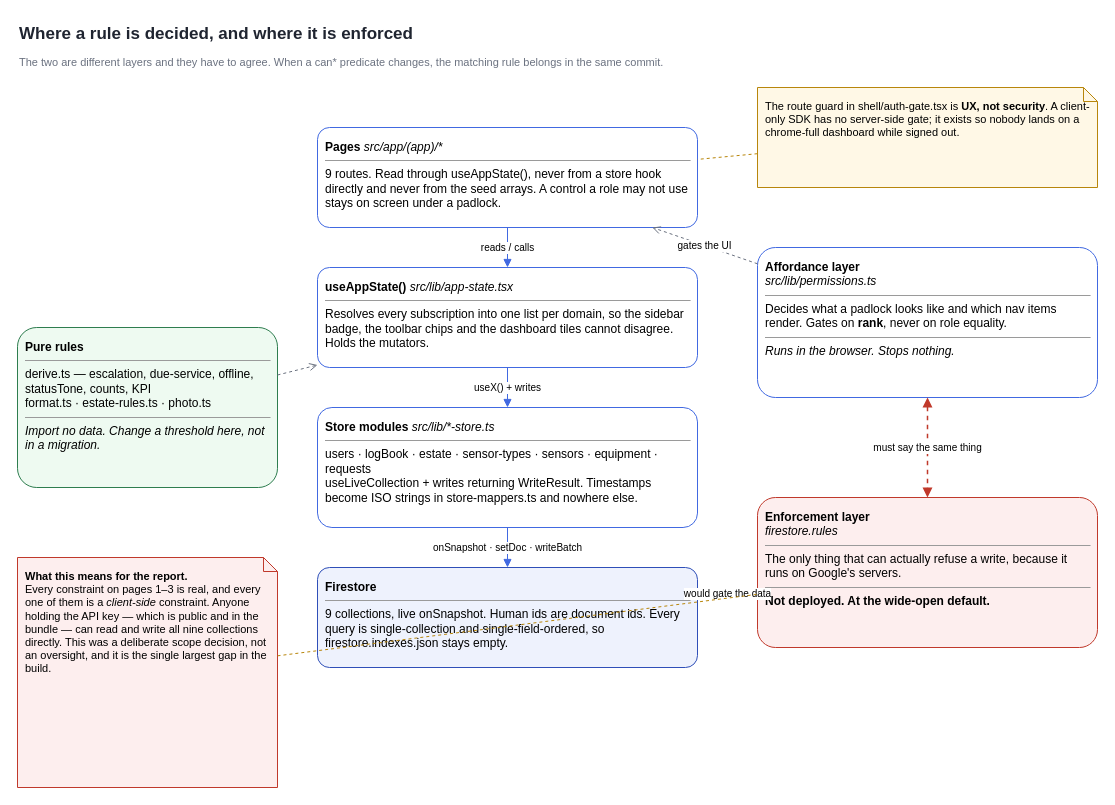
Above: page "4 · Affordance vs enforcement" (4 of 6) of docs/application-flow.drawio in Aung-myat-min/SmartBuildingManagementSystem (draw.io), before the change. Source tidied: cells renumbered, new cells numbered last; positions are measured from the earlier drawing's top-left corner, leaving out a move shared by most shapes. Both pictures are drawn from the tidied source at 100%, with x=0, y=0 at pixel (17, 17).
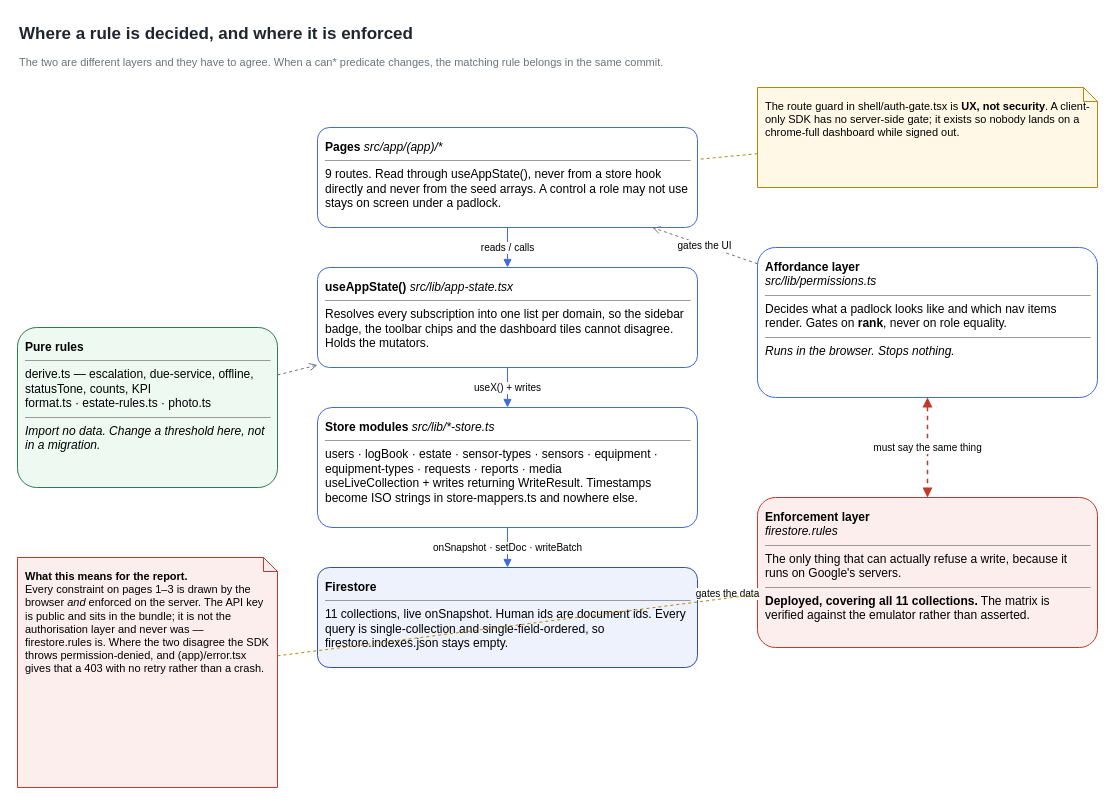
The same diagram, later.

The edit, as a diff of the source:
```diff
@@
-    <mxCell id="6" value="&lt;b&gt;Store modules&lt;/b&gt;  &lt;i&gt;src/lib/*-store.ts&lt;/i&gt;&lt;hr size='1'&gt;users · logBook · estate · sensor-types · sensors · equipment · requests&lt;br&gt;useLiveCollection + writes returning WriteResult. Timestamps become ISO strings in store-mappers.ts and nowhere else." style="rounded=1;whiteSpace=wrap;html=1;arcSize=12;fillColor=#ffffff;strokeColor=#4169e1;fontSize=12;align=left;verticalAlign=top;spacing=8;" parent="1" vertex="1">
+    <mxCell id="6" value="&lt;b&gt;Store modules&lt;/b&gt;  &lt;i&gt;src/lib/*-store.ts&lt;/i&gt;&lt;hr size='1'&gt;users · logBook · estate · sensor-types · sensors · equipment · equipment-types · requests · reports · media&lt;br&gt;useLiveCollection + writes returning WriteResult. Timestamps become ISO strings in store-mappers.ts and nowhere else." style="rounded=1;whiteSpace=wrap;html=1;arcSize=12;fillColor=#ffffff;strokeColor=#4169e1;fontSize=12;align=left;verticalAlign=top;spacing=8;" parent="1" vertex="1">
       <mxGeometry x="300" y="390" width="380" height="120" as="geometry" />
     </mxCell>
-    <mxCell id="7" value="&lt;b&gt;Firestore&lt;/b&gt;&lt;hr size='1'&gt;9 collections, live onSnapshot. Human ids are document ids. Every query is single-collection and single-field-ordered, so firestore.indexes.json stays empty." style="rounded=1;whiteSpace=wrap;html=1;arcSize=12;fillColor=#eef2fd;strokeColor=#2f4fb8;fontSize=12;align=left;verticalAlign=top;spacing=8;" parent="1" vertex="1">
+    <mxCell id="7" value="&lt;b&gt;Firestore&lt;/b&gt;&lt;hr size='1'&gt;11 collections, live onSnapshot. Human ids are document ids. Every query is single-collection and single-field-ordered, so firestore.indexes.json stays empty." style="rounded=1;whiteSpace=wrap;html=1;arcSize=12;fillColor=#eef2fd;strokeColor=#2f4fb8;fontSize=12;align=left;verticalAlign=top;spacing=8;" parent="1" vertex="1">
       <mxGeometry x="300" y="550" width="380" height="100" as="geometry" />
     </mxCell>
@@
-    <mxCell id="10" value="&lt;b&gt;Enforcement layer&lt;/b&gt;&lt;br&gt;&lt;i&gt;firestore.rules&lt;/i&gt;&lt;hr size='1'&gt;The only thing that can actually refuse a write, because it runs on Google's servers.&lt;hr size='1'&gt;&lt;b&gt;Not deployed. At the wide-open default.&lt;/b&gt;" style="rounded=1;whiteSpace=wrap;html=1;arcSize=12;fillColor=#fdeeee;strokeColor=#c0392b;fontSize=12;align=left;verticalAlign=top;spacing=8;" parent="1" vertex="1">
+    <mxCell id="10" value="&lt;b&gt;Enforcement layer&lt;/b&gt;&lt;br&gt;&lt;i&gt;firestore.rules&lt;/i&gt;&lt;hr size='1'&gt;The only thing that can actually refuse a write, because it runs on Google's servers.&lt;hr size='1'&gt;&lt;b&gt;Deployed, covering all 11 collections.&lt;/b&gt; The matrix is verified against the emulator rather than asserted." style="rounded=1;whiteSpace=wrap;html=1;arcSize=12;fillColor=#fdeeee;strokeColor=#c0392b;fontSize=12;align=left;verticalAlign=top;spacing=8;" parent="1" vertex="1">
       <mxGeometry x="740" y="480" width="340" height="150" as="geometry" />
     </mxCell>
@@
-    <mxCell id="12" value="&lt;b&gt;What this means for the report.&lt;/b&gt;&lt;br&gt;Every constraint on pages 1–3 is real, and every one of them is a &lt;i&gt;client-side&lt;/i&gt; constraint. Anyone holding the API key — which is public and in the bundle — can read and write all nine collections directly. This was a deliberate scope decision, not an oversight, and it is the single largest gap in the build." style="shape=note;whiteSpace=wrap;html=1;size=14;fillColor=#fdeeee;strokeColor=#c0392b;align=left;verticalAlign=top;spacing=8;fontSize=11;" parent="1" vertex="1">
+    <mxCell id="12" value="&lt;b&gt;What this means for the report.&lt;/b&gt;&lt;br&gt;Every constraint on pages 1–3 is drawn by the browser &lt;i&gt;and&lt;/i&gt; enforced on the server. The API key is public and sits in the bundle; it is not the authorisation layer and never was — firestore.rules is. Where the two disagree the SDK throws permission-denied, and (app)/error.tsx gives that a 403 with no retry rather than a crash." style="shape=note;whiteSpace=wrap;html=1;size=14;fillColor=#fdeeee;strokeColor=#c0392b;align=left;verticalAlign=top;spacing=8;fontSize=11;" parent="1" vertex="1">
       <mxGeometry y="540" width="260" height="230" as="geometry" />
     </mxCell>
@@
-    <mxCell id="18" value="would gate the data" style="endArrow=open;dashed=1;html=1;strokeColor=#6b7280;fontSize=10;labelBackgroundColor=#ffffff;" parent="1" edge="1" source="10" target="7">
+    <mxCell id="18" value="gates the data" style="endArrow=open;dashed=1;html=1;strokeColor=#6b7280;fontSize=10;labelBackgroundColor=#ffffff;" parent="1" edge="1" source="10" target="7">
       <mxGeometry relative="1" as="geometry" />
     </mxCell>
```
